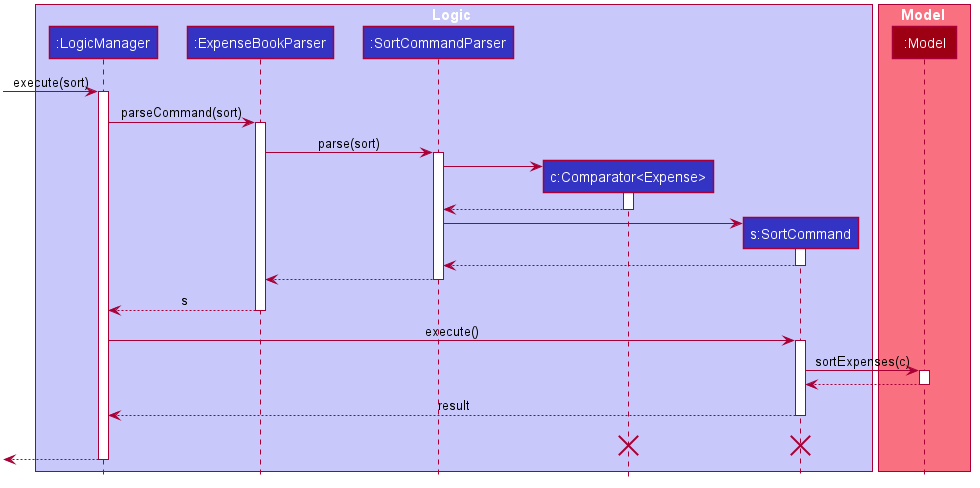
Earlier version of the PlantUML export docs/images/SortSequenceDiagram1.png (nus-cs2103-AY2021S1/tp). Source of this version:
```plantuml
@startuml








skinparam BackgroundColor #FFFFFFF

skinparam Shadowing false

skinparam Class {
    FontColor #FFFFFF
    BorderThickness 1
    BorderColor #FFFFFF
    StereotypeFontColor #FFFFFF
    FontName Arial
}

skinparam Actor {
    BorderColor #000000
    Color #000000
    FontName Arial
}

skinparam Sequence {
    MessageAlign center
    BoxFontSize 15
    BoxPadding 0
    BoxFontColor #FFFFFF
    FontName Arial
}

skinparam Participant {
    FontColor #FFFFFFF
    Padding 20
}

skinparam MinClassWidth 50
skinparam ParticipantPadding 10
skinparam Shadowing false
skinparam DefaultTextAlignment center
skinparam packageStyle Rectangle

hide footbox
hide members
hide circle

box Logic #C8C8FA
participant ":LogicManager" as LogicManager #3333C4
participant ":ExpenseBookParser" as ExpenseBookParser #3333C4
participant ":SortCommandParser" as SortCommandParser #3333C4
participant "c:Comparator<Expense>" as ExpenseComparator #3333C4
participant "s:SortCommand" as SortCommand #3333C4
end box

box Model #F97181
participant ":Model" as Model #9D0012
end box
[-> LogicManager : execute(sort)
activate LogicManager

LogicManager -> ExpenseBookParser : parseCommand(sort)
activate ExpenseBookParser

ExpenseBookParser -> SortCommandParser : parse(sort)
activate SortCommandParser

create ExpenseComparator
SortCommandParser -> ExpenseComparator
activate ExpenseComparator

ExpenseComparator --> SortCommandParser
deactivate ExpenseComparator

create SortCommand
SortCommandParser -> SortCommand
activate SortCommand

SortCommand --> SortCommandParser
deactivate SortCommand

SortCommandParser --> ExpenseBookParser
deactivate SortCommandParser

ExpenseBookParser --> LogicManager : s
deactivate ExpenseBookParser

LogicManager -> SortCommand : execute()
activate SortCommand

SortCommand -> Model : sortExpenses(c)
activate Model


Model --> SortCommand
deactivate Model

SortCommand --> LogicManager : result
deactivate SortCommand
SortCommand -[hidden]-> LogicManager : result
destroy SortCommand
destroy ExpenseComparator

[<--LogicManager
deactivate LogicManager
@enduml
```
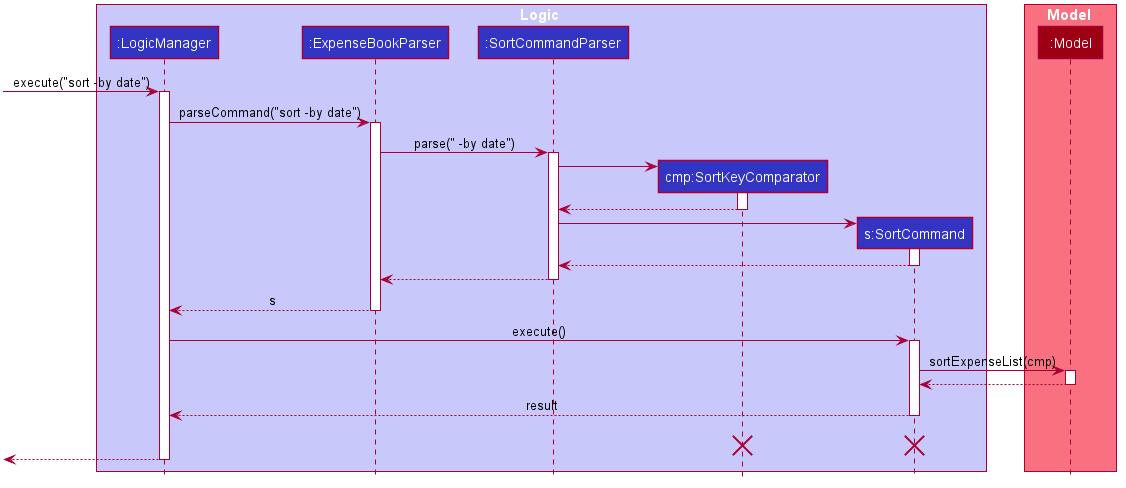
Above is the later version.

Diff of the diagram source:
```diff
@@ -52,28 +52,28 @@
 participant ":LogicManager" as LogicManager #3333C4
 participant ":ExpenseBookParser" as ExpenseBookParser #3333C4
 participant ":SortCommandParser" as SortCommandParser #3333C4
-participant "c:Comparator<Expense>" as ExpenseComparator #3333C4
+participant "cmp:SortKeyComparator" as SortKeyComparator #3333C4
 participant "s:SortCommand" as SortCommand #3333C4
 end box
 
 box Model #F97181
 participant ":Model" as Model #9D0012
 end box
-[-> LogicManager : execute(sort)
+[-> LogicManager : execute("sort -by date")
 activate LogicManager
 
-LogicManager -> ExpenseBookParser : parseCommand(sort)
+LogicManager -> ExpenseBookParser : parseCommand("sort -by date")
 activate ExpenseBookParser
 
-ExpenseBookParser -> SortCommandParser : parse(sort)
+ExpenseBookParser -> SortCommandParser : parse(" -by date")
 activate SortCommandParser
 
-create ExpenseComparator
-SortCommandParser -> ExpenseComparator
-activate ExpenseComparator
+create SortKeyComparator
+SortCommandParser -> SortKeyComparator
+activate SortKeyComparator
 
-ExpenseComparator --> SortCommandParser
-deactivate ExpenseComparator
+SortKeyComparator --> SortCommandParser
+deactivate SortKeyComparator
 
 create SortCommand
 SortCommandParser -> SortCommand
@@ -91,7 +91,7 @@
 LogicManager -> SortCommand : execute()
 activate SortCommand
 
-SortCommand -> Model : sortExpenses(c)
+SortCommand -> Model : sortExpenseList(cmp)
 activate Model
 
 
@@ -102,7 +102,7 @@
 deactivate SortCommand
 SortCommand -[hidden]-> LogicManager : result
 destroy SortCommand
-destroy ExpenseComparator
+destroy SortKeyComparator
 
 [<--LogicManager
 deactivate LogicManager
```
